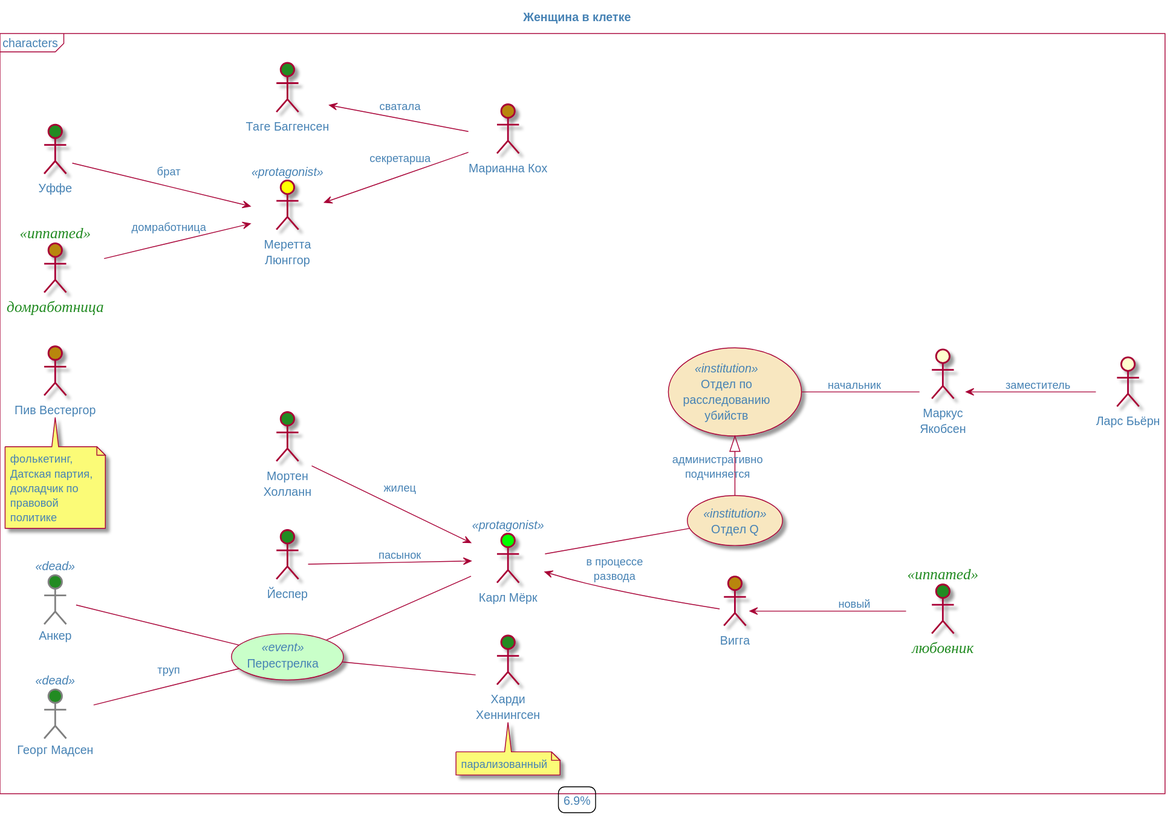
olek3/reading keeps this PlantUML diagram as adler-olsen/caged_woman-__.svg. Above is the earlier version.
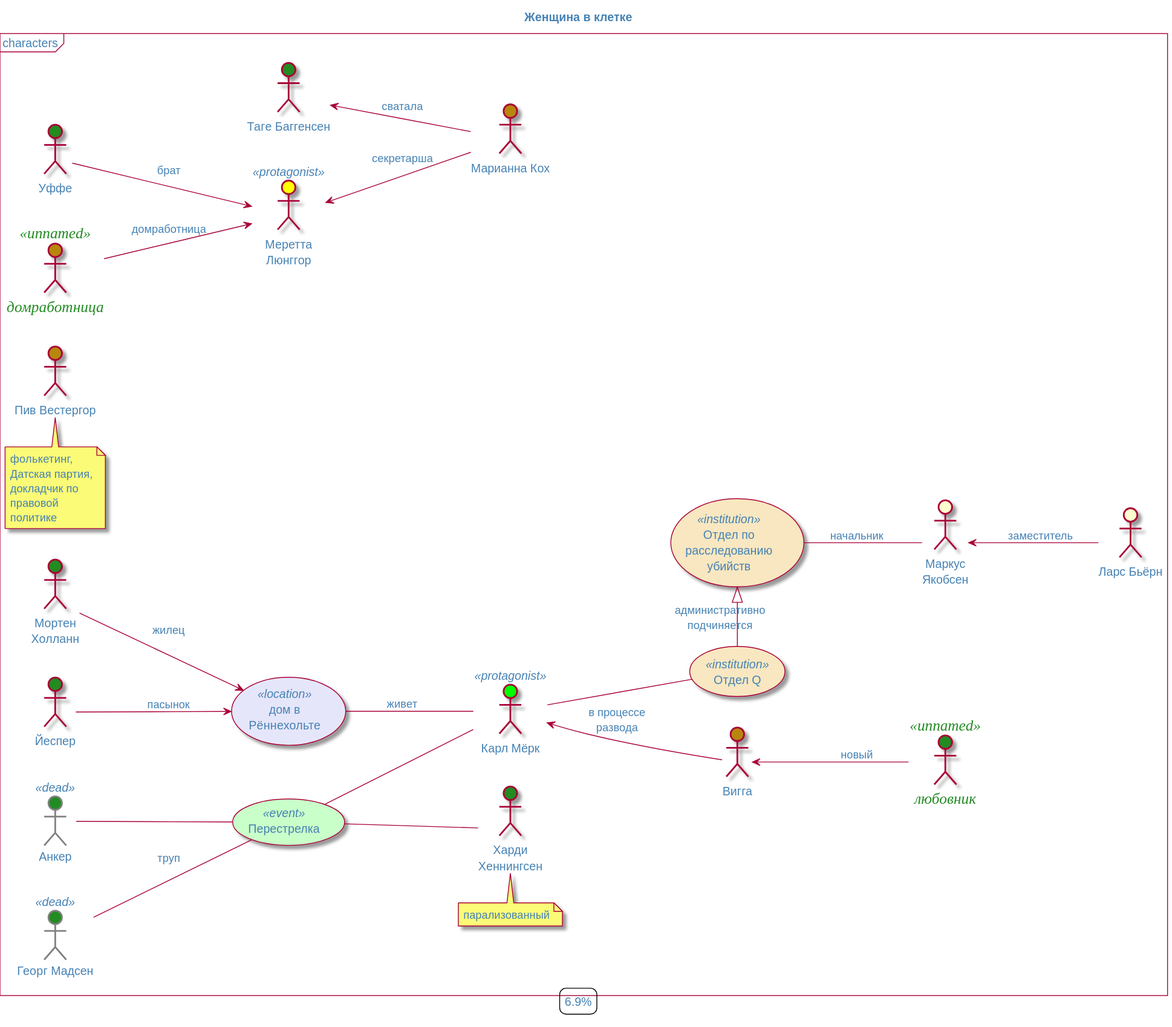
The same diagram one commit later.

The edit, as a diff of the source:
```diff
@@ -71,9 +71,13 @@
 
 :Мортен Холланн: as tenant $male
 
-tenant --> he : жилец
 
 :Йеспер: as stepson $male
 
-stepson --> he : пасынок
+
+(дом в Рённехольте) as home <<location>>
+
+home -- he : живет
+stepson --> home : пасынок
+tenant --> home : жилец
 @enduml
```
